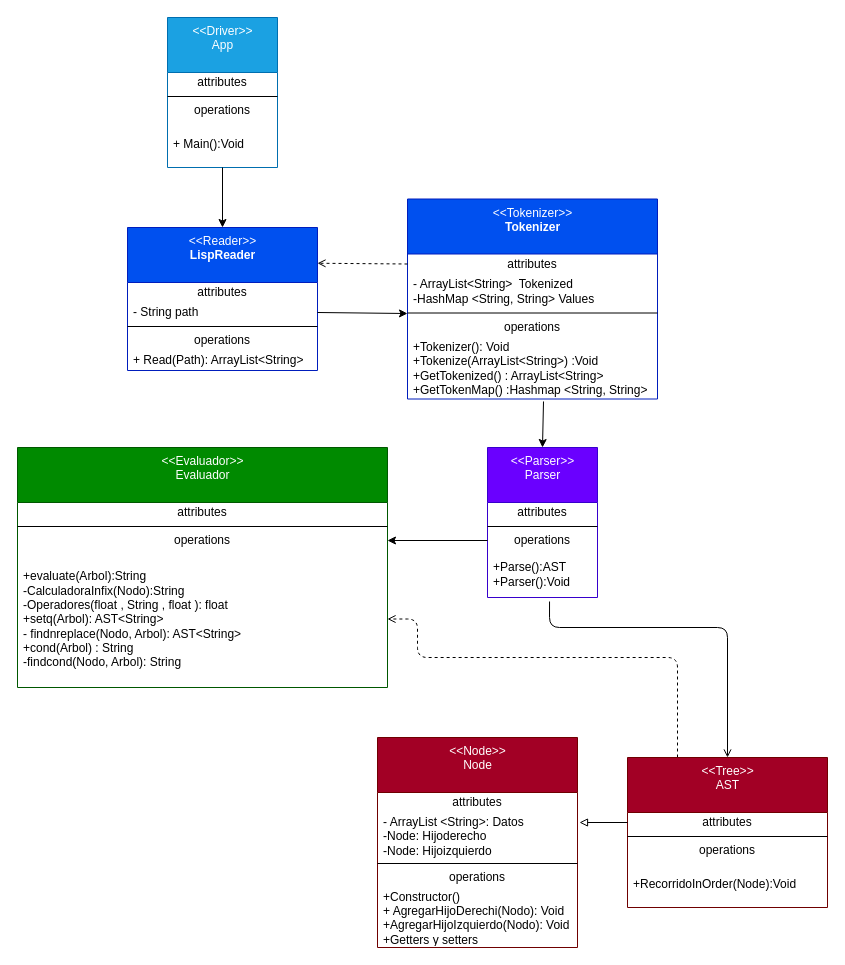
Before: LispInterprete/Uml.drawio in JavierBenitez112/Proyecto-1-, a draw.io diagram. Source tidied: cells renumbered, new cells numbered last; positions are measured from the earlier drawing's top-left corner, leaving out a move shared by most shapes. Both pictures are drawn from the tidied source at 100%, with x=0, y=0 at pixel (17, 17).
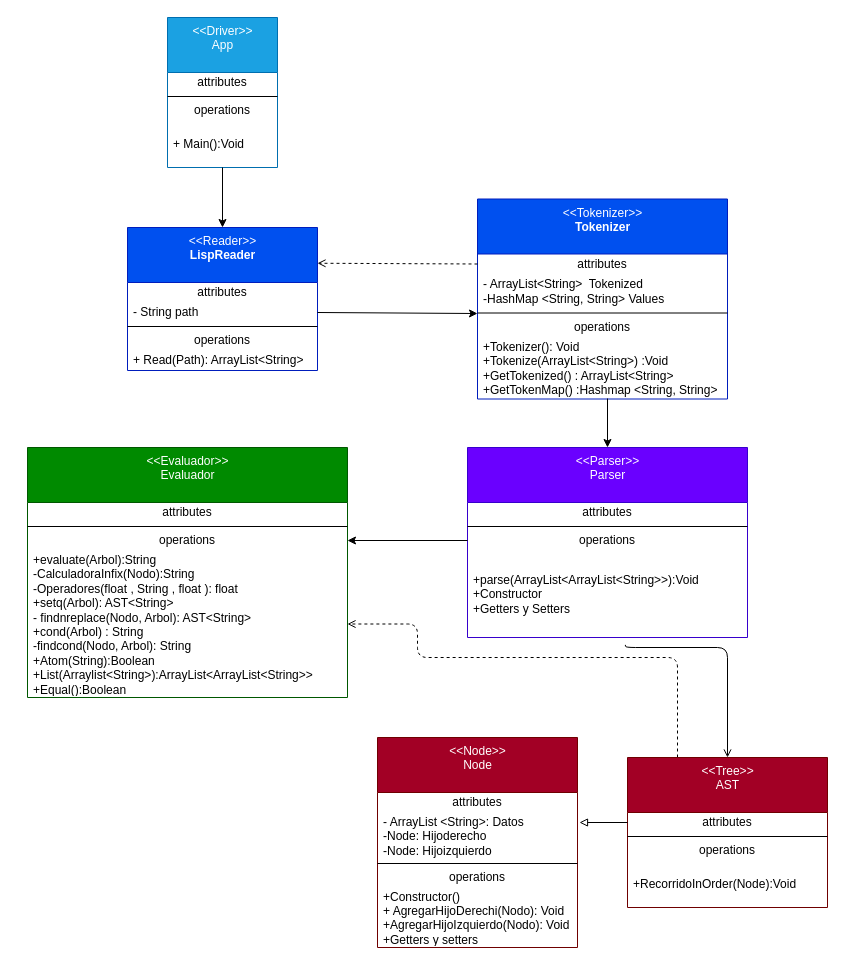
The same page after the edit.

Commit message (it also covers changes not shown here):
finished uml

Unchanged cells that the change refers to:
```xml
<mxCell id="13" value="+Tokenizer(): Void&lt;br&gt;+Tokenize(ArrayList&amp;lt;String&amp;gt;) :Void&lt;br&gt;+GetTokenized() : ArrayList&amp;lt;String&amp;gt;&lt;br&gt;+GetTokenMap() :Hashmap &amp;lt;String, String&amp;gt;" style="text;html=1;strokeColor=none;fillColor=none;align=left;verticalAlign=middle;spacingLeft=4;spacingRight=4;overflow=hidden;points=[[0,0.5],[1,0.5]];portConstraint=eastwest;" parent="8" vertex="1">
  <mxGeometry y="138" width="250" height="62" as="geometry" />
</mxCell>
<mxCell id="20" value="&amp;lt;&amp;lt;Tree&amp;gt;&amp;gt;&lt;br&gt;AST" style="swimlane;fontStyle=0;align=center;verticalAlign=top;horizontal=1;startSize=55;html=1;fillColor=#a20025;fontColor=#ffffff;strokeColor=#6F0000;" parent="1" vertex="1">
  <mxGeometry x="610" y="740" width="200" height="150" as="geometry" />
</mxCell>
```

Diff of the diagram source:
```diff
@@
     <mxCell id="8" value="&amp;lt;&amp;lt;Tokenizer&amp;gt;&amp;gt;&lt;br&gt;&lt;b&gt;Tokenizer&lt;/b&gt;" style="swimlane;fontStyle=0;align=center;verticalAlign=top;horizontal=1;startSize=55;html=1;fillColor=#0050ef;fontColor=#ffffff;strokeColor=#001DBC;" parent="1" vertex="1">
-      <mxGeometry x="390" y="181.5" width="250" height="200" as="geometry" />
+      <mxGeometry x="460" y="181.5" width="250" height="200" as="geometry" />
     </mxCell>
@@
+    <mxCell id="48" style="edgeStyle=none;html=1;entryX=0.5;entryY=0;entryDx=0;entryDy=0;" parent="1" edge="1" target="14">
+      <mxGeometry relative="1" as="geometry">
+        <mxPoint x="590" y="381" as="sourcePoint" />
+      </mxGeometry>
+    </mxCell>
     <mxCell id="14" value="&amp;lt;&amp;lt;Parser&amp;gt;&amp;gt;&lt;br&gt;Parser" style="swimlane;fontStyle=0;align=center;verticalAlign=top;horizontal=1;startSize=55;html=1;fillColor=#6a00ff;fontColor=#ffffff;strokeColor=#3700CC;" parent="1" vertex="1">
-      <mxGeometry x="470" y="430" width="110" height="150" as="geometry" />
+      <mxGeometry x="450" y="430" width="280" height="190" as="geometry" />
     </mxCell>
     <mxCell id="15" value="attributes" style="text;html=1;strokeColor=none;fillColor=none;align=center;verticalAlign=middle;spacingLeft=4;spacingRight=4;overflow=hidden;" parent="14" vertex="1">
-      <mxGeometry y="55" width="110" height="20" as="geometry" />
+      <mxGeometry y="55" width="280" height="20" as="geometry" />
     </mxCell>
     <mxCell id="16" style="line;strokeWidth=1;fillColor=none;align=left;verticalAlign=middle;spacingTop=-1;spacingLeft=3;spacingRight=3;labelPosition=right;" parent="14" vertex="1">
-      <mxGeometry y="75" width="110" height="8" as="geometry" />
+      <mxGeometry y="75" width="280" height="8" as="geometry" />
     </mxCell>
     <mxCell id="17" value="operations" style="text;html=1;strokeColor=none;fillColor=none;align=center;verticalAlign=middle;spacingLeft=4;spacingRight=4;overflow=hidden;points=[[0,0.5],[1,0.5]];portConstraint=eastwest;" parent="14" vertex="1">
-      <mxGeometry y="83" width="110" height="20" as="geometry" />
+      <mxGeometry y="83" width="280" height="20" as="geometry" />
     </mxCell>
-    <mxCell id="18" value="+Parse():AST&lt;br&gt;+Parser():Void" style="text;html=1;strokeColor=none;fillColor=none;align=left;verticalAlign=middle;spacingLeft=4;spacingRight=4;overflow=hidden;points=[[0,0.5],[1,0.5]];portConstraint=eastwest;" parent="14" vertex="1">
-      <mxGeometry y="103" width="110" height="47" as="geometry" />
+    <mxCell id="18" value="+parse(ArrayList&amp;lt;ArrayList&amp;lt;String&amp;gt;&amp;gt;):Void&lt;br&gt;+Constructor&lt;br&gt;+Getters y Setters&lt;br&gt;" style="text;html=1;strokeColor=none;fillColor=none;align=left;verticalAlign=middle;spacingLeft=4;spacingRight=4;overflow=hidden;points=[[0,0.5],[1,0.5]];portConstraint=eastwest;" parent="14" vertex="1">
+      <mxGeometry y="103" width="280" height="87" as="geometry" />
     </mxCell>
     <mxCell id="19" style="edgeStyle=orthogonalEdgeStyle;html=1;exitX=0.25;exitY=0;exitDx=0;exitDy=0;entryX=1;entryY=0.5;entryDx=0;entryDy=0;endArrow=open;endFill=0;dashed=1;" parent="1" edge="1" source="20" target="35">
       <mxGeometry relative="1" as="geometry">
         <Array as="points">
           <mxPoint x="660" y="640" />
           <mxPoint x="400" y="640" />
-          <mxPoint x="400" y="602" />
+          <mxPoint x="400" y="607" />
         </Array>
       </mxGeometry>
     </mxCell>
@@
     <mxCell id="31" value="&amp;lt;&amp;lt;Evaluador&amp;gt;&amp;gt;&lt;br&gt;Evaluador" style="swimlane;fontStyle=0;align=center;verticalAlign=top;horizontal=1;startSize=55;html=1;fillColor=#008a00;fontColor=#ffffff;strokeColor=#005700;" parent="1" vertex="1">
-      <mxGeometry y="430" width="370" height="240" as="geometry" />
+      <mxGeometry x="10" y="430" width="320" height="250" as="geometry" />
     </mxCell>
     <mxCell id="32" value="attributes" style="text;html=1;strokeColor=none;fillColor=none;align=center;verticalAlign=middle;spacingLeft=4;spacingRight=4;overflow=hidden;" parent="31" vertex="1">
-      <mxGeometry y="55" width="370" height="20" as="geometry" />
+      <mxGeometry y="55" width="320" height="20" as="geometry" />
     </mxCell>
     <mxCell id="33" style="line;strokeWidth=1;fillColor=none;align=left;verticalAlign=middle;spacingTop=-1;spacingLeft=3;spacingRight=3;labelPosition=right;" parent="31" vertex="1">
-      <mxGeometry y="75" width="370" height="8" as="geometry" />
+      <mxGeometry y="75" width="320" height="8" as="geometry" />
     </mxCell>
     <mxCell id="34" value="operations" style="text;html=1;strokeColor=none;fillColor=none;align=center;verticalAlign=middle;spacingLeft=4;spacingRight=4;overflow=hidden;points=[[0,0.5],[1,0.5]];portConstraint=eastwest;" parent="31" vertex="1">
-      <mxGeometry y="83" width="370" height="20" as="geometry" />
+      <mxGeometry y="83" width="320" height="20" as="geometry" />
     </mxCell>
-    <mxCell id="35" value="+evaluate(Arbol):String&lt;br&gt;-CalculadoraInfix(Nodo):String&lt;br&gt;-Operadores(float , String , float ): float&lt;br&gt;+setq(Arbol): AST&amp;lt;String&amp;gt;&lt;br&gt;-&amp;nbsp;findnreplace(Nodo, Arbol): AST&amp;lt;String&amp;gt;&lt;br&gt;+cond(Arbol) : String&lt;br&gt;-findcond(Nodo, Arbol): String" style="text;html=1;strokeColor=none;fillColor=none;align=left;verticalAlign=middle;spacingLeft=4;spacingRight=4;overflow=hidden;points=[[0,0.5],[1,0.5]];portConstraint=eastwest;" parent="31" vertex="1">
-      <mxGeometry y="103" width="370" height="137" as="geometry" />
+    <mxCell id="35" value="+evaluate(Arbol):String&lt;br&gt;-CalculadoraInfix(Nodo):String&lt;br&gt;-Operadores(float , String , float ): float&lt;br&gt;+setq(Arbol): AST&amp;lt;String&amp;gt;&lt;br&gt;-&amp;nbsp;findnreplace(Nodo, Arbol): AST&amp;lt;String&amp;gt;&lt;br&gt;+cond(Arbol) : String&lt;br&gt;-findcond(Nodo, Arbol): String&lt;br&gt;+Atom(String):Boolean&lt;br&gt;+List(Arraylist&amp;lt;String&amp;gt;):ArrayList&amp;lt;ArrayList&amp;lt;String&amp;gt;&amp;gt;&lt;br&gt;+Equal():Boolean" style="text;html=1;strokeColor=none;fillColor=none;align=left;verticalAlign=middle;spacingLeft=4;spacingRight=4;overflow=hidden;points=[[0,0.5],[1,0.5]];portConstraint=eastwest;" parent="31" vertex="1">
+      <mxGeometry y="103" width="320" height="147" as="geometry" />
     </mxCell>
@@
-    <mxCell id="44" style="edgeStyle=none;html=1;exitX=0.544;exitY=1.04;exitDx=0;exitDy=0;endArrow=classic;endFill=1;entryX=0.5;entryY=0;entryDx=0;entryDy=0;exitPerimeter=0;" parent="1" edge="1" source="13" target="14">
-      <mxGeometry relative="1" as="geometry" />
-    </mxCell>
@@
     <mxCell id="46" style="edgeStyle=orthogonalEdgeStyle;html=1;exitX=0.564;exitY=1.085;exitDx=0;exitDy=0;entryX=0.5;entryY=0;entryDx=0;entryDy=0;endArrow=open;endFill=0;exitPerimeter=0;" parent="1" edge="1" source="18" target="20">
       <mxGeometry relative="1" as="geometry">
         <Array as="points">
-          <mxPoint x="532" y="610" />
-          <mxPoint x="710" y="610" />
+          <mxPoint x="608" y="630" />
+          <mxPoint x="710" y="630" />
         </Array>
       </mxGeometry>
     </mxCell>
```
